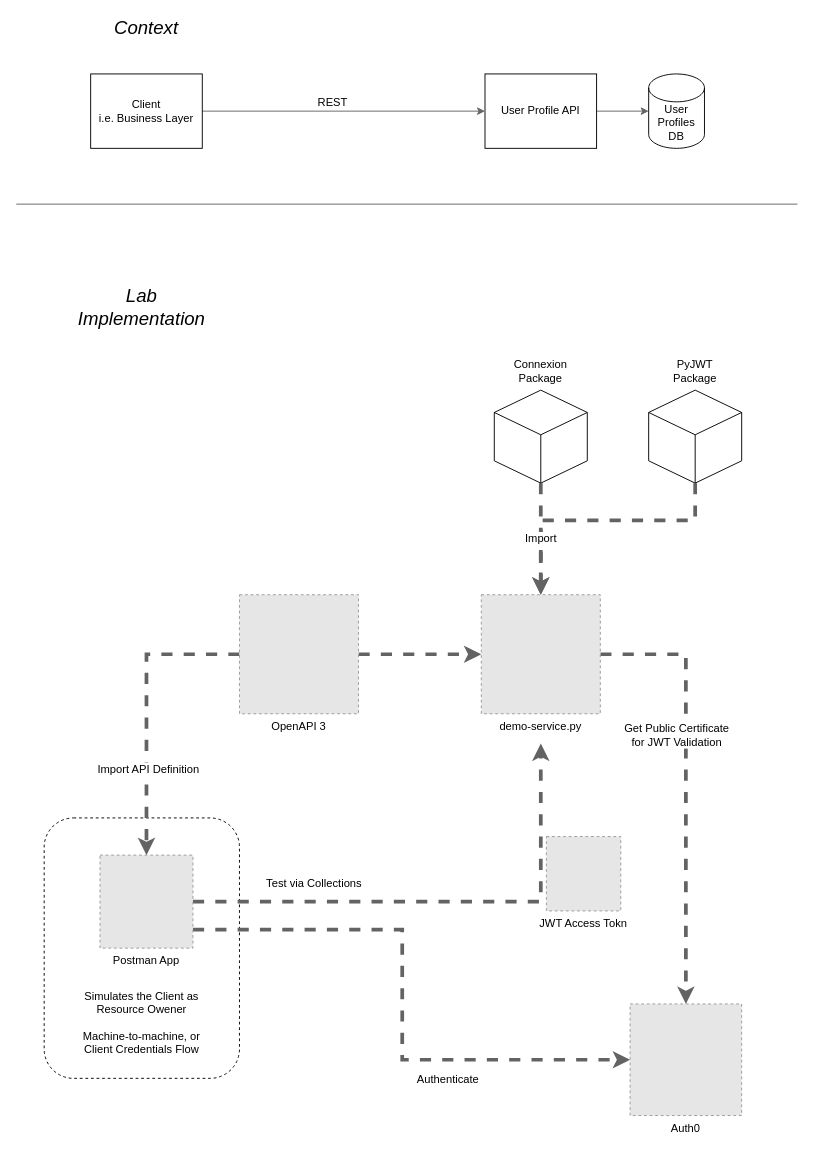
This is basic_design.drawio from nicc777/learning-postman, a draw.io file, before an edit. Source tidied: cells renumbered, new cells numbered last; positions are measured from the earlier drawing's top-left corner, leaving out a move shared by most shapes. Both pictures are drawn from the tidied source at 93%, with x=0, y=0 at pixel (16, 18). Pictures stored in the file or linked from it are replaced by grey dashed boxes.
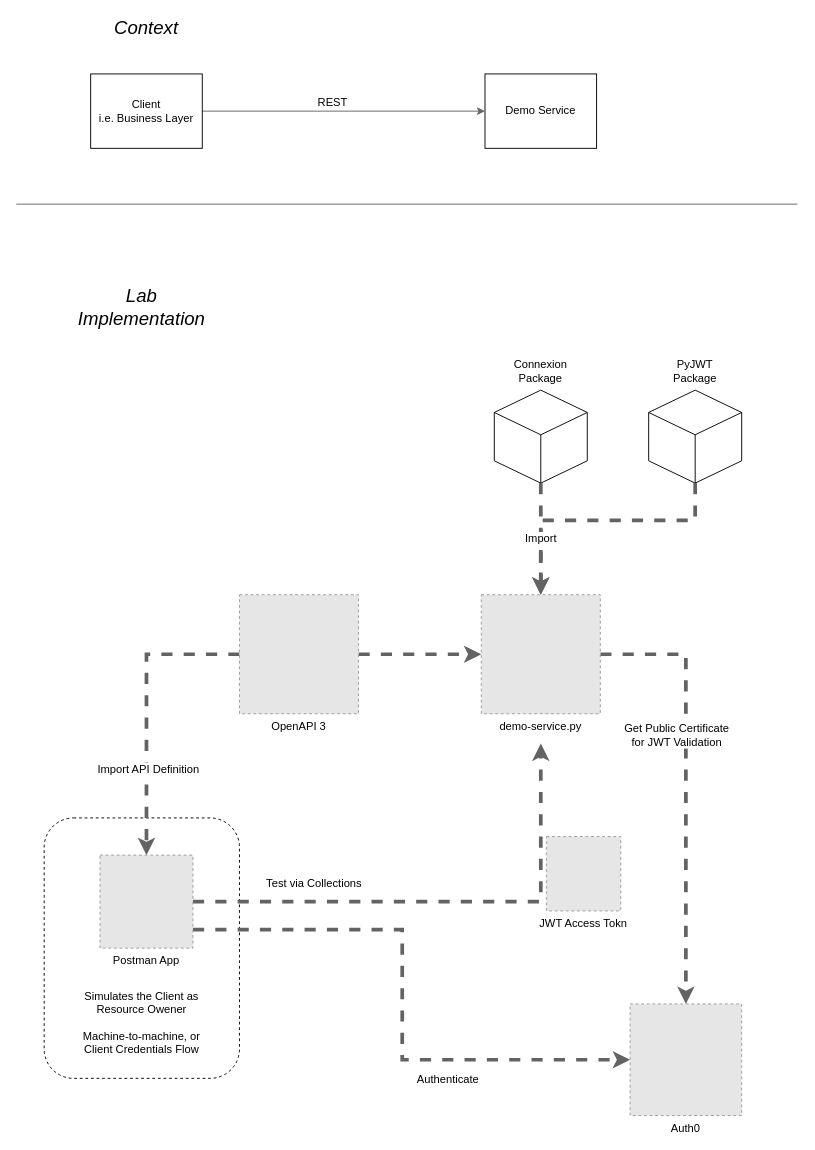
After the change.

The edit, as a diff of the source:
```diff
@@
-    <mxCell id="28" style="edgeStyle=orthogonalEdgeStyle;rounded=0;jettySize=auto;html=1;entryX=0;entryY=0.5;entryDx=0;entryDy=0;entryPerimeter=0;strokeColor=#636363;strokeWidth=1;fontSize=12;" parent="1" edge="1" source="29" target="32">
-      <mxGeometry relative="1" as="geometry" />
-    </mxCell>
-    <mxCell id="29" value="User Profile API" style="rounded=0;whiteSpace=wrap;html=1;labelBackgroundColor=#ffffff;fillColor=none;fontSize=12;" parent="1" vertex="1">
+    <mxCell id="29" value="Demo Service" style="rounded=0;whiteSpace=wrap;html=1;labelBackgroundColor=#ffffff;fillColor=none;fontSize=12;" parent="1" vertex="1">
       <mxGeometry x="504" y="60" width="120" height="80" as="geometry" />
     </mxCell>
@@
-    <mxCell id="32" value="User Profiles&lt;br&gt;DB" style="shape=cylinder3;whiteSpace=wrap;html=1;boundedLbl=1;backgroundOutline=1;size=15;labelBackgroundColor=none;fillColor=none;fontSize=12;" parent="1" vertex="1">
-      <mxGeometry x="680" y="60" width="60" height="80" as="geometry" />
-    </mxCell>
```
